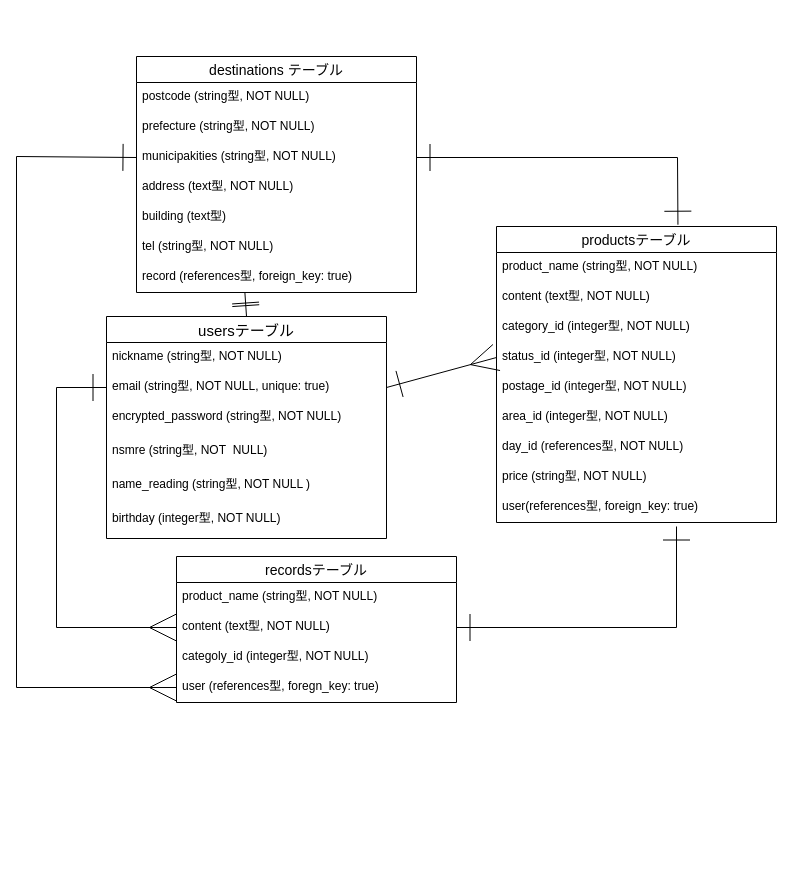
Above: ER.dio in potato972/furima-36681 (draw.io), before the change. Source tidied: cells renumbered, new cells numbered last; positions are measured from the earlier drawing's top-left corner, leaving out a move shared by most shapes. Both pictures are drawn from the tidied source at 100%, with x=0, y=0 at pixel (16, 56).
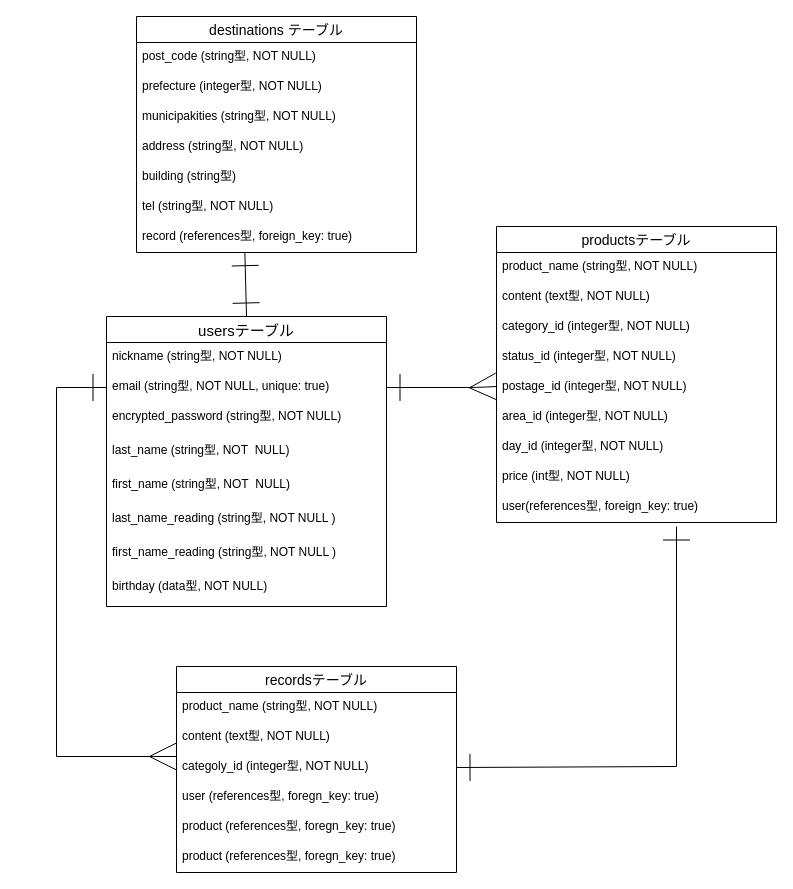
Above is the later version.

Commit message (it also covers changes not shown here):
ER,READ ME修正3

The change refers to these unchanged cells:
```xml
<mxCell id="5" value="email (string型, NOT NULL, unique: true) " style="text;strokeColor=none;fillColor=none;spacingLeft=4;spacingRight=4;overflow=hidden;points=[[0,0.5],[1,0.5]];portConstraint=eastwest;fontSize=12;" parent="3" vertex="1">
  <mxGeometry y="56" width="280" height="30" as="geometry" />
</mxCell>
<mxCell id="11" value="productsテーブル" style="swimlane;fontStyle=0;horizontal=1;startSize=26;align=center;fontSize=14;html=0;" parent="1" vertex="1">
  <mxGeometry x="480" y="170" width="280" height="296" as="geometry" />
</mxCell>
<mxCell id="15" value="status_id (integer型, NOT NULL)" style="text;strokeColor=none;fillColor=none;spacingLeft=4;spacingRight=4;overflow=hidden;points=[[0,0.5],[1,0.5]];portConstraint=eastwest;fontSize=12;" parent="11" vertex="1">
  <mxGeometry y="116" width="280" height="30" as="geometry" />
</mxCell>
<mxCell id="24" value="municipakities (string型, NOT NULL)" style="text;strokeColor=none;fillColor=none;spacingLeft=4;spacingRight=4;overflow=hidden;points=[[0,0.5],[1,0.5]];portConstraint=eastwest;fontSize=12;" parent="21" vertex="1">
  <mxGeometry y="86" width="280" height="30" as="geometry" />
</mxCell>
<mxCell id="31" value="content (text型, NOT NULL)" style="text;strokeColor=none;fillColor=none;spacingLeft=4;spacingRight=4;overflow=hidden;points=[[0,0.5],[1,0.5]];portConstraint=eastwest;fontSize=12;" parent="29" vertex="1">
  <mxGeometry y="56" width="280" height="30" as="geometry" />
</mxCell>
<mxCell id="32" value="categoly_id (integer型, NOT NULL)" style="text;strokeColor=none;fillColor=none;spacingLeft=4;spacingRight=4;overflow=hidden;points=[[0,0.5],[1,0.5]];portConstraint=eastwest;fontSize=12;" parent="29" vertex="1">
  <mxGeometry y="86" width="280" height="30" as="geometry" />
</mxCell>
```

What changed in the source:
```diff
@@
     <mxCell id="3" value="usersテーブル" style="swimlane;fontStyle=0;horizontal=1;startSize=26;align=center;fontSize=15;" parent="1" vertex="1">
-      <mxGeometry x="90" y="260" width="280" height="222" as="geometry" />
+      <mxGeometry x="90" y="260" width="280" height="290" as="geometry" />
     </mxCell>
@@
+    <mxCell id="39" value="last_name (string型, NOT  NULL)" style="text;strokeColor=none;fillColor=none;spacingLeft=4;spacingRight=4;overflow=hidden;fontSize=12;" parent="3" vertex="1">
+      <mxGeometry y="120" width="280" height="34" as="geometry" />
+    </mxCell>
-    <mxCell id="7" value="nsmre (string型, NOT  NULL)" style="text;strokeColor=none;fillColor=none;spacingLeft=4;spacingRight=4;overflow=hidden;fontSize=12;" parent="3" vertex="1">
-      <mxGeometry y="120" width="280" height="34" as="geometry" />
+    <mxCell id="7" value="first_name (string型, NOT  NULL)" style="text;strokeColor=none;fillColor=none;spacingLeft=4;spacingRight=4;overflow=hidden;fontSize=12;" parent="3" vertex="1">
+      <mxGeometry y="154" width="280" height="34" as="geometry" />
     </mxCell>
+    <mxCell id="40" value="last_name_reading (string型, NOT NULL )" style="text;strokeColor=none;fillColor=none;spacingLeft=4;spacingRight=4;overflow=hidden;fontSize=12;" parent="3" vertex="1">
+      <mxGeometry y="188" width="280" height="34" as="geometry" />
+    </mxCell>
-    <mxCell id="8" value="name_reading (string型, NOT NULL )" style="text;strokeColor=none;fillColor=none;spacingLeft=4;spacingRight=4;overflow=hidden;fontSize=12;" parent="3" vertex="1">
-      <mxGeometry y="154" width="280" height="34" as="geometry" />
+    <mxCell id="8" value="first_name_reading (string型, NOT NULL )" style="text;strokeColor=none;fillColor=none;spacingLeft=4;spacingRight=4;overflow=hidden;fontSize=12;" parent="3" vertex="1">
+      <mxGeometry y="222" width="280" height="34" as="geometry" />
     </mxCell>
-    <mxCell id="9" value="birthday (integer型, NOT NULL)" style="text;strokeColor=none;fillColor=none;spacingLeft=4;spacingRight=4;overflow=hidden;fontSize=12;" parent="3" vertex="1">
-      <mxGeometry y="188" width="280" height="34" as="geometry" />
+    <mxCell id="9" value="birthday (data型, NOT NULL)" style="text;strokeColor=none;fillColor=none;spacingLeft=4;spacingRight=4;overflow=hidden;fontSize=12;" parent="3" vertex="1">
+      <mxGeometry y="256" width="280" height="34" as="geometry" />
     </mxCell>
@@
-    <mxCell id="18" value="day_id (references型, NOT NULL)&#10;" style="text;strokeColor=none;fillColor=none;spacingLeft=4;spacingRight=4;overflow=hidden;fontSize=12;" parent="11" vertex="1">
+    <mxCell id="18" value="day_id (integer型, NOT NULL)&#10;" style="text;strokeColor=none;fillColor=none;spacingLeft=4;spacingRight=4;overflow=hidden;fontSize=12;" parent="11" vertex="1">
       <mxGeometry y="206" width="280" height="30" as="geometry" />
     </mxCell>
-    <mxCell id="19" value="price (string型, NOT NULL)" style="text;strokeColor=none;fillColor=none;spacingLeft=4;spacingRight=4;overflow=hidden;fontSize=12;" parent="11" vertex="1">
+    <mxCell id="19" value="price (int型, NOT NULL)" style="text;strokeColor=none;fillColor=none;spacingLeft=4;spacingRight=4;overflow=hidden;fontSize=12;" parent="11" vertex="1">
       <mxGeometry y="236" width="280" height="30" as="geometry" />
     </mxCell>
@@
     <mxCell id="21" value="destinations テーブル" style="swimlane;fontStyle=0;horizontal=1;startSize=26;align=center;fontSize=14;html=0;" parent="1" vertex="1">
-      <mxGeometry x="120" width="280" height="236" as="geometry" />
+      <mxGeometry x="120" y="-40" width="280" height="236" as="geometry" />
     </mxCell>
-    <mxCell id="22" value="postcode (string型, NOT NULL)" style="text;strokeColor=none;fillColor=none;spacingLeft=4;spacingRight=4;overflow=hidden;fontSize=12;" parent="21" vertex="1">
+    <mxCell id="22" value="post_code (string型, NOT NULL)" style="text;strokeColor=none;fillColor=none;spacingLeft=4;spacingRight=4;overflow=hidden;fontSize=12;" parent="21" vertex="1">
       <mxGeometry y="26" width="280" height="30" as="geometry" />
     </mxCell>
-    <mxCell id="23" value="prefecture (string型, NOT NULL)" style="text;strokeColor=none;fillColor=none;spacingLeft=4;spacingRight=4;overflow=hidden;fontSize=12;" parent="21" vertex="1">
+    <mxCell id="23" value="prefecture (integer型, NOT NULL)" style="text;strokeColor=none;fillColor=none;spacingLeft=4;spacingRight=4;overflow=hidden;fontSize=12;" parent="21" vertex="1">
       <mxGeometry y="56" width="280" height="30" as="geometry" />
     </mxCell>
@@
-    <mxCell id="25" value="address (text型, NOT NULL)" style="text;strokeColor=none;fillColor=none;spacingLeft=4;spacingRight=4;overflow=hidden;fontSize=12;" parent="21" vertex="1">
+    <mxCell id="25" value="address (string型, NOT NULL)" style="text;strokeColor=none;fillColor=none;spacingLeft=4;spacingRight=4;overflow=hidden;fontSize=12;" parent="21" vertex="1">
       <mxGeometry y="116" width="280" height="30" as="geometry" />
     </mxCell>
-    <mxCell id="26" value="building (text型)" style="text;strokeColor=none;fillColor=none;spacingLeft=4;spacingRight=4;overflow=hidden;fontSize=12;" parent="21" vertex="1">
+    <mxCell id="26" value="building (string型)" style="text;strokeColor=none;fillColor=none;spacingLeft=4;spacingRight=4;overflow=hidden;fontSize=12;" parent="21" vertex="1">
       <mxGeometry y="146" width="280" height="30" as="geometry" />
     </mxCell>
@@
     <mxCell id="29" value="recordsテーブル" style="swimlane;fontStyle=0;horizontal=1;startSize=26;align=center;fontSize=14;" parent="1" vertex="1">
-      <mxGeometry x="160" y="500" width="280" height="146" as="geometry" />
+      <mxGeometry x="160" y="610" width="280" height="206" as="geometry" />
     </mxCell>
@@
+    <mxCell id="41" value="user (references型, foregn_key: true)" style="text;strokeColor=none;fillColor=none;spacingLeft=4;spacingRight=4;overflow=hidden;fontSize=12;" parent="29" vertex="1">
+      <mxGeometry y="116" width="280" height="30" as="geometry" />
+    </mxCell>
+    <mxCell id="42" value="product (references型, foregn_key: true)" style="text;strokeColor=none;fillColor=none;spacingLeft=4;spacingRight=4;overflow=hidden;fontSize=12;" parent="29" vertex="1">
+      <mxGeometry y="146" width="280" height="30" as="geometry" />
+    </mxCell>
-    <mxCell id="33" value="user (references型, foregn_key: true)" style="text;strokeColor=none;fillColor=none;spacingLeft=4;spacingRight=4;overflow=hidden;points=[[0,0.5],[1,0.5]];portConstraint=eastwest;fontSize=12;" parent="29" vertex="1">
-      <mxGeometry y="116" width="280" height="30" as="geometry" />
+    <mxCell id="33" value="product (references型, foregn_key: true)" style="text;strokeColor=none;fillColor=none;spacingLeft=4;spacingRight=4;overflow=hidden;points=[[0,0.5],[1,0.5]];portConstraint=eastwest;fontSize=12;" parent="29" vertex="1">
+      <mxGeometry y="176" width="280" height="30" as="geometry" />
     </mxCell>
-    <mxCell id="34" style="edgeStyle=none;html=1;exitX=1;exitY=0.5;exitDx=0;exitDy=0;entryX=0;entryY=0.5;entryDx=0;entryDy=0;endArrow=ERmany;endFill=0;startArrow=ERone;startFill=0;endSize=25;startSize=25;" parent="1" edge="1" source="5" target="15">
-      <mxGeometry relative="1" as="geometry" />
+    <mxCell id="34" style="edgeStyle=none;html=1;exitX=1;exitY=0.5;exitDx=0;exitDy=0;endArrow=ERmany;endFill=0;startArrow=ERone;startFill=0;endSize=25;startSize=25;" parent="1" edge="1" source="5">
+      <mxGeometry relative="1" as="geometry">
+        <mxPoint x="480" y="330" as="targetPoint" />
+        <Array as="points">
+          <mxPoint x="460" y="331" />
+        </Array>
+      </mxGeometry>
     </mxCell>
-    <mxCell id="35" style="edgeStyle=none;html=1;exitX=0;exitY=0.5;exitDx=0;exitDy=0;entryX=0;entryY=0.5;entryDx=0;entryDy=0;startArrow=ERone;startFill=0;endArrow=ERmany;endFill=0;startSize=25;endSize=25;rounded=0;" parent="1" edge="1" source="5">
+    <mxCell id="35" style="edgeStyle=none;html=1;exitX=0;exitY=0.5;exitDx=0;exitDy=0;entryX=0;entryY=1.133;entryDx=0;entryDy=0;startArrow=ERone;startFill=0;endArrow=ERmany;endFill=0;startSize=25;endSize=25;rounded=0;entryPerimeter=0;" parent="1" edge="1" source="5" target="31">
       <mxGeometry relative="1" as="geometry">
-        <mxPoint x="160" y="571" as="targetPoint" />
         <Array as="points">
           <mxPoint x="40" y="331" />
-          <mxPoint x="40" y="571" />
+          <mxPoint x="40" y="700" />
         </Array>
       </mxGeometry>
     </mxCell>
-    <mxCell id="36" style="edgeStyle=none;rounded=0;html=1;exitX=1;exitY=0.5;exitDx=0;exitDy=0;startArrow=ERone;startFill=0;endArrow=ERone;endFill=0;startSize=25;endSize=25;" parent="1" edge="1">
+    <mxCell id="36" style="edgeStyle=none;rounded=0;html=1;exitX=1;exitY=0.5;exitDx=0;exitDy=0;startArrow=ERone;startFill=0;endArrow=ERone;endFill=0;startSize=25;endSize=25;" parent="1" edge="1" source="32">
       <mxGeometry relative="1" as="geometry">
-        <mxPoint x="440" y="571" as="sourcePoint" />
         <mxPoint x="660" y="470" as="targetPoint" />
         <Array as="points">
-          <mxPoint x="660" y="571" />
+          <mxPoint x="660" y="710" />
         </Array>
       </mxGeometry>
     </mxCell>
-    <mxCell id="37" style="edgeStyle=none;rounded=0;html=1;exitX=1;exitY=0.5;exitDx=0;exitDy=0;startArrow=ERone;startFill=0;endArrow=ERone;endFill=0;startSize=25;endSize=25;entryX=0.648;entryY=-0.006;entryDx=0;entryDy=0;entryPerimeter=0;" parent="1" edge="1" source="24" target="11">
-      <mxGeometry relative="1" as="geometry">
-        <Array as="points">
-          <mxPoint x="661" y="101" />
-        </Array>
-      </mxGeometry>
-    </mxCell>
-    <mxCell id="38" style="edgeStyle=none;rounded=0;html=1;exitX=0;exitY=0.5;exitDx=0;exitDy=0;entryX=0;entryY=0.5;entryDx=0;entryDy=0;startArrow=ERone;startFill=0;endArrow=ERmany;endFill=0;startSize=25;endSize=25;" parent="1" edge="1" source="24" target="33">
-      <mxGeometry relative="1" as="geometry">
-        <Array as="points">
-          <mxPoint y="100" />
-          <mxPoint y="631" />
-        </Array>
-      </mxGeometry>
-    </mxCell>
```
